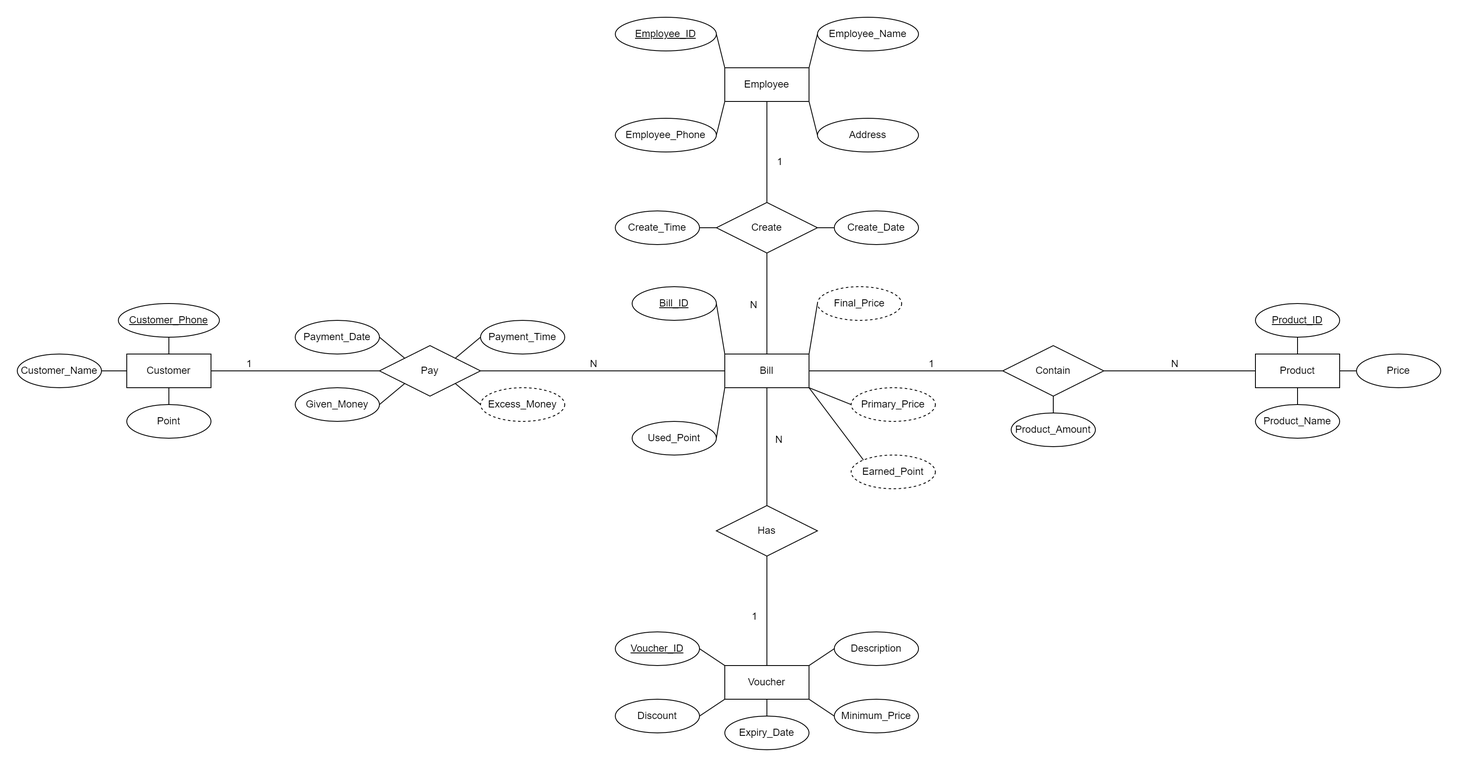
This is Assignment/ERD.png from bakaqc/DBI202-Labs_and_Assignment, a draw.io export, as it was before one commit. Source tidied: cells renumbered, new cells last; positions are measured from the earlier drawing's top-left corner, leaving out a move shared by most shapes.
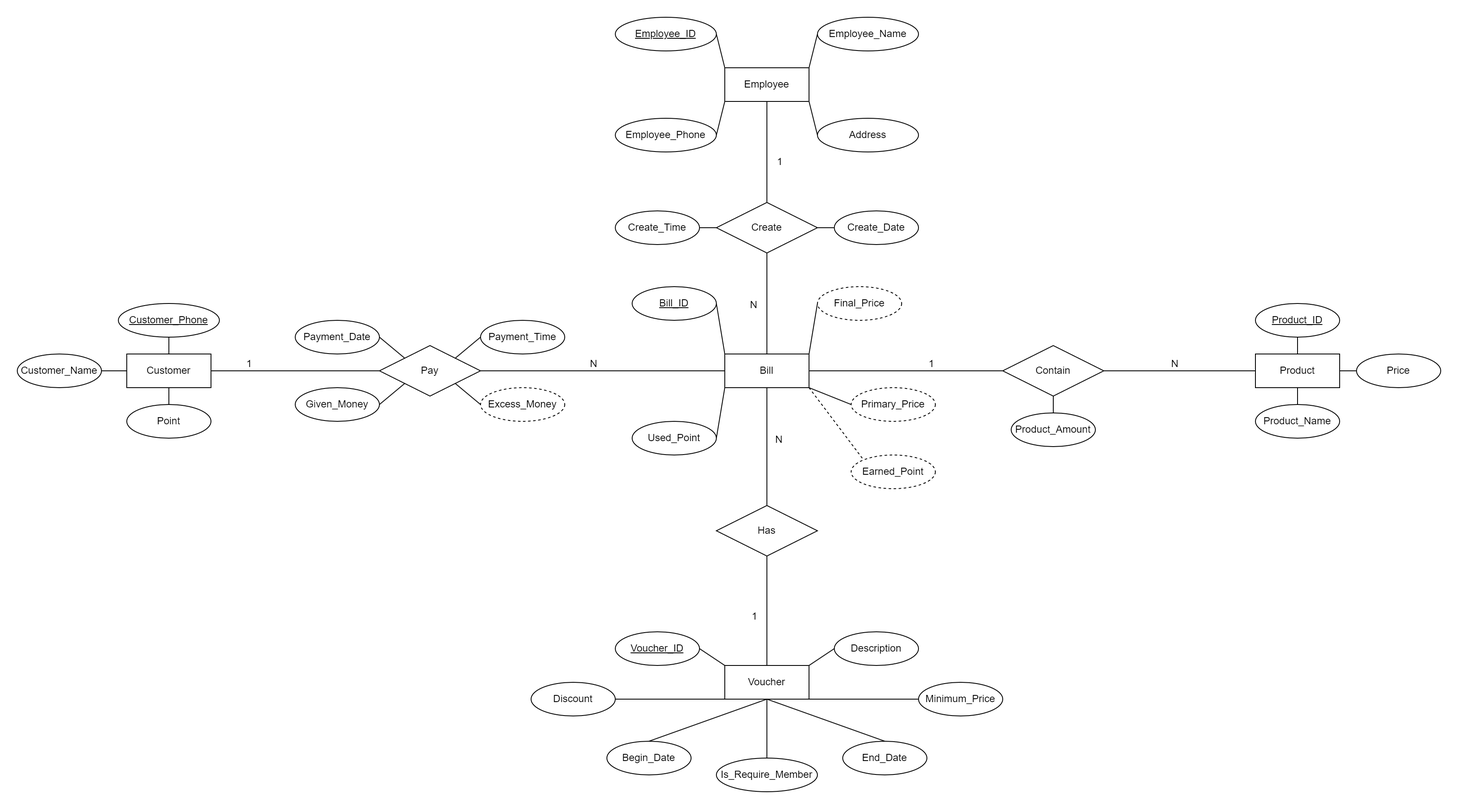
After the commit.

The edit, as a diff of the source:
```diff
@@ -93,10 +93,10 @@
       <mxGeometry x="970" y="730" width="100" height="40" as="geometry" />
     </mxCell>
     <mxCell id="32" value="Minimum_Price" style="ellipse;whiteSpace=wrap;html=1;align=center;" parent="1" vertex="1">
-      <mxGeometry x="970" y="810" width="100" height="40" as="geometry" />
+      <mxGeometry x="1070" y="790" width="100" height="40" as="geometry" />
     </mxCell>
     <mxCell id="33" value="Discount" style="ellipse;whiteSpace=wrap;html=1;align=center;" parent="1" vertex="1">
-      <mxGeometry x="710" y="810" width="100" height="40" as="geometry" />
+      <mxGeometry x="610" y="790" width="100" height="40" as="geometry" />
     </mxCell>
     <mxCell id="34" style="endArrow=none;html=1;rounded=0;exitX=1;exitY=0.5;exitDx=0;exitDy=0;entryX=0;entryY=0;entryDx=0;entryDy=0;" parent="1" edge="1" source="30" target="29">
       <mxGeometry relative="1" as="geometry" />
@@ -243,8 +243,8 @@
     <mxCell id="76" style="endArrow=none;html=1;rounded=0;entryX=0;entryY=0.5;entryDx=0;entryDy=0;exitX=1;exitY=0.5;exitDx=0;exitDy=0;" parent="1" edge="1" source="46" target="10">
       <mxGeometry relative="1" as="geometry" />
     </mxCell>
-    <mxCell id="77" value="Expiry_Date" style="ellipse;whiteSpace=wrap;html=1;align=center;" parent="1" vertex="1">
-      <mxGeometry x="840" y="830" width="100" height="40" as="geometry" />
+    <mxCell id="77" value="Begin_Date" style="ellipse;whiteSpace=wrap;html=1;align=center;" parent="1" vertex="1">
+      <mxGeometry x="700" y="860" width="100" height="40" as="geometry" />
     </mxCell>
     <mxCell id="78" style="endArrow=none;html=1;rounded=0;exitX=0.5;exitY=1;exitDx=0;exitDy=0;entryX=0.5;entryY=0;entryDx=0;entryDy=0;" parent="1" edge="1" source="29" target="77">
       <mxGeometry relative="1" as="geometry" />
@@ -252,8 +252,20 @@
     <mxCell id="79" value="Earned_Point" style="ellipse;whiteSpace=wrap;html=1;align=center;dashed=1;" parent="1" vertex="1">
       <mxGeometry x="990" y="520" width="100" height="40" as="geometry" />
     </mxCell>
-    <mxCell id="80" style="endArrow=none;html=1;rounded=0;entryX=0;entryY=0;entryDx=0;entryDy=0;exitX=1;exitY=1;exitDx=0;exitDy=0;" parent="1" edge="1" source="9" target="79">
+    <mxCell id="80" style="endArrow=none;html=1;rounded=0;entryX=0;entryY=0;entryDx=0;entryDy=0;exitX=1;exitY=1;exitDx=0;exitDy=0;dashed=1;" parent="1" edge="1" source="9" target="79">
       <mxGeometry relative="1" as="geometry" />
     </mxCell>
+    <mxCell id="81" value="End_Date" style="ellipse;whiteSpace=wrap;html=1;align=center;" parent="1" vertex="1">
+      <mxGeometry x="980" y="860" width="100" height="40" as="geometry" />
+    </mxCell>
+    <mxCell id="82" style="endArrow=none;html=1;rounded=0;exitX=0.5;exitY=1;exitDx=0;exitDy=0;entryX=0.5;entryY=0;entryDx=0;entryDy=0;" parent="1" edge="1" source="29" target="81">
+      <mxGeometry relative="1" as="geometry" />
+    </mxCell>
+    <mxCell id="83" value="Is_Require_Member" style="ellipse;whiteSpace=wrap;html=1;align=center;" parent="1" vertex="1">
+      <mxGeometry x="830" y="880" width="120" height="40" as="geometry" />
+    </mxCell>
+    <mxCell id="84" style="endArrow=none;html=1;rounded=0;entryX=0.5;entryY=0;entryDx=0;entryDy=0;exitX=0.5;exitY=1;exitDx=0;exitDy=0;" parent="1" edge="1" source="29" target="83">
+      <mxGeometry relative="1" as="geometry" />
+    </mxCell>
   </root>
 </mxGraphModel>
```
